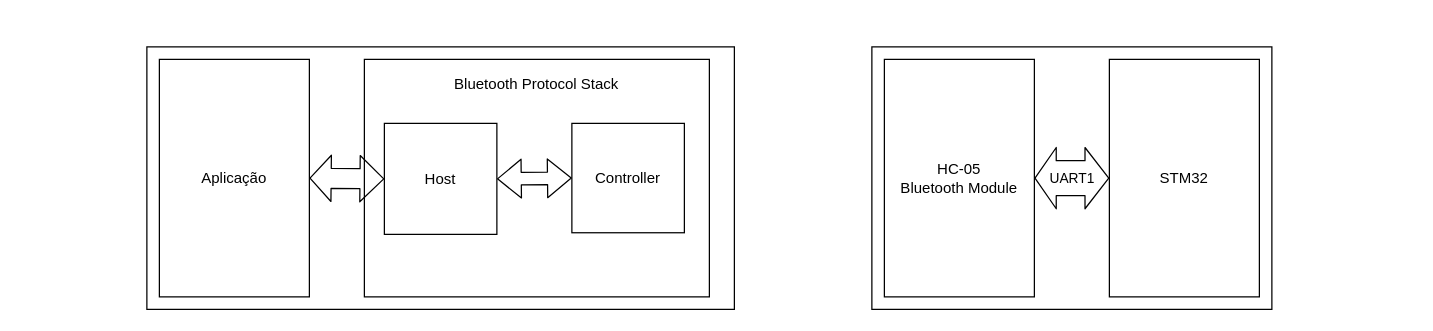
Earlier version of the draw.io diagram 03Flowcharts/Bluetooth.drawio (LPI-2020/DWR-19). Source tidied: cells renumbered, new cells numbered last; positions are measured from the earlier drawing's top-left corner, leaving out a move shared by most shapes. Both pictures are drawn from the tidied source at 125%, with x=0, y=0 at pixel (146, 46). Pictures stored in the file or linked from it are replaced by grey dashed boxes.
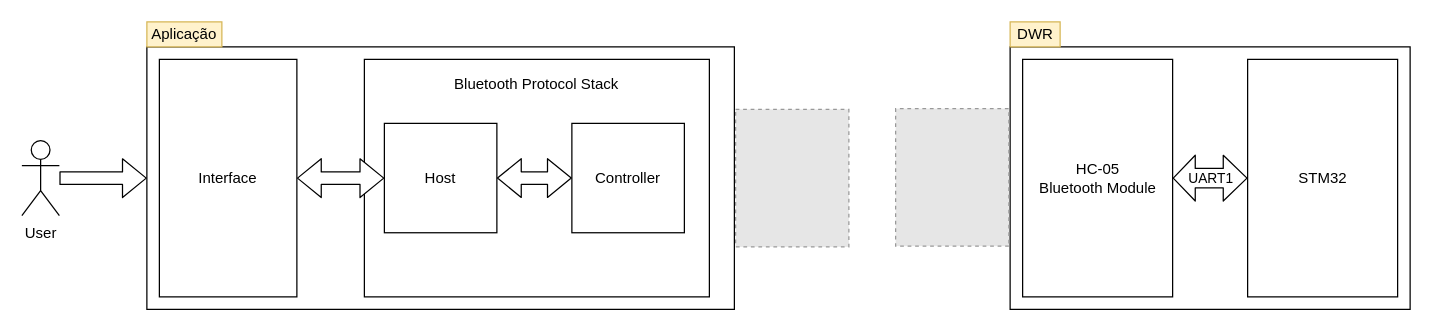
The same diagram, later.

Commit message (it also covers changes not shown here):
Bluetooth Diagram

Unchanged cells that the change refers to:
```xml
<mxCell id="2" style="rounded=0;whiteSpace=wrap;html=1;labelPosition=left;verticalLabelPosition=top;align=right;verticalAlign=bottom;spacingTop=0;spacingRight=0;spacingLeft=0;" parent="1" vertex="1">
  <mxGeometry width="470" height="210" as="geometry" />
</mxCell>
<mxCell id="10" value="Controller" style="rounded=0;whiteSpace=wrap;html=1;" parent="1" vertex="1">
  <mxGeometry x="340" y="61.2" width="90" height="87.5" as="geometry" />
</mxCell>
```

What changed in the source:
```diff
@@
-    <mxCell id="3" value="Aplicação" style="rounded=0;whiteSpace=wrap;html=1;" parent="1" vertex="1">
-      <mxGeometry x="10" y="10" width="120" height="190" as="geometry" />
+    <mxCell id="3" value="Interface" style="rounded=0;whiteSpace=wrap;html=1;" parent="1" vertex="1">
+      <mxGeometry x="10" y="10" width="110" height="190" as="geometry" />
     </mxCell>
     <mxCell id="4" style="rounded=0;whiteSpace=wrap;html=1;" parent="1" vertex="1">
-      <mxGeometry x="580" width="320" height="210" as="geometry" />
+      <mxGeometry x="690.6" width="320" height="210" as="geometry" />
     </mxCell>
     <mxCell id="5" value="HC-05&lt;br&gt;Bluetooth Module" style="rounded=0;whiteSpace=wrap;html=1;" parent="1" vertex="1">
-      <mxGeometry x="590" y="10" width="120" height="190" as="geometry" />
+      <mxGeometry x="700.6" y="10" width="120" height="190" as="geometry" />
     </mxCell>
     <mxCell id="6" value="STM32" style="rounded=0;whiteSpace=wrap;html=1;" parent="1" vertex="1">
-      <mxGeometry x="770" y="10" width="120" height="190" as="geometry" />
+      <mxGeometry x="880.6" y="10" width="120" height="190" as="geometry" />
     </mxCell>
@@
     <mxCell id="9" value="Host" style="rounded=0;whiteSpace=wrap;html=1;" parent="1" vertex="1">
-      <mxGeometry x="190" y="61.2" width="90" height="88.8" as="geometry" />
+      <mxGeometry x="190" y="61.2" width="90" height="87.5" as="geometry" />
     </mxCell>
@@
-    <mxCell id="11" value="UART1" style="shape=flexArrow;endArrow=classic;startArrow=classic;html=1;exitX=1;exitY=0.5;exitDx=0;exitDy=0;entryX=0;entryY=0.5;entryDx=0;entryDy=0;width=28;startSize=5.33;" parent="1" edge="1" source="5" target="6">
+    <mxCell id="11" value="UART1" style="shape=flexArrow;endArrow=classic;startArrow=classic;html=1;exitX=1;exitY=0.5;exitDx=0;exitDy=0;entryX=0;entryY=0.5;entryDx=0;entryDy=0;width=15.6;startSize=5.532;" parent="1" edge="1" source="5" target="6">
       <mxGeometry relative="1" as="geometry" />
     </mxCell>
-    <mxCell id="12" style="shape=flexArrow;endArrow=classic;startArrow=classic;html=1;entryX=0;entryY=0.5;entryDx=0;entryDy=0;exitX=1;exitY=0.5;exitDx=0;exitDy=0;width=16;startSize=5.31;" parent="1" edge="1" source="3" target="9">
-      <mxGeometry relative="1" as="geometry" />
-    </mxCell>
+    <mxCell id="14" style="fillColor=#E6E6E6;strokeColor=#999999;dashed=1;verticalLabelPosition=bottom;labelBackgroundColor=#ffffff;verticalAlign=top;" parent="1" vertex="1">
+      <mxGeometry x="471" y="50" width="90.6" height="110" as="geometry" />
+    </mxCell>
+    <mxCell id="15" style="fillColor=#E6E6E6;strokeColor=#999999;dashed=1;verticalLabelPosition=bottom;labelBackgroundColor=#ffffff;verticalAlign=top;rotation=-180;" parent="1" vertex="1">
+      <mxGeometry x="599" y="49.4" width="90.6" height="110" as="geometry" />
+    </mxCell>
-    <mxCell id="13" style="shape=flexArrow;endArrow=classic;startArrow=classic;html=1;exitX=1;exitY=0.5;exitDx=0;exitDy=0;entryX=0;entryY=0.5;entryDx=0;entryDy=0;" parent="1" edge="1" source="9" target="10">
+    <mxCell id="13" style="shape=flexArrow;endArrow=classic;startArrow=classic;html=1;entryX=0;entryY=0.5;entryDx=0;entryDy=0;exitX=1;exitY=0.5;exitDx=0;exitDy=0;" parent="1" edge="1" source="9" target="10">
       <mxGeometry relative="1" as="geometry" />
     </mxCell>
+    <mxCell id="16" style="shape=flexArrow;endArrow=classic;startArrow=classic;html=1;fillColor=#FFFFFF;" parent="1" edge="1" source="3">
+      <mxGeometry relative="1" as="geometry">
+        <mxPoint x="190" y="105" as="targetPoint" />
+      </mxGeometry>
+    </mxCell>
+    <mxCell id="17" value="User" style="shape=umlActor;verticalLabelPosition=bottom;verticalAlign=top;html=1;" parent="1" vertex="1">
+      <mxGeometry x="-100" y="75" width="30" height="60" as="geometry" />
+    </mxCell>
+    <mxCell id="18" style="shape=flexArrow;endArrow=classic;html=1;fillColor=#FFFFFF;entryX=0;entryY=0.5;entryDx=0;entryDy=0;" parent="1" edge="1" source="17" target="2">
+      <mxGeometry relative="1" as="geometry" />
+    </mxCell>
+    <mxCell id="19" value="Aplicação" style="text;html=1;strokeColor=#d6b656;fillColor=#fff2cc;align=center;verticalAlign=middle;whiteSpace=wrap;rounded=0;" parent="1" vertex="1">
+      <mxGeometry y="-20" width="60" height="20" as="geometry" />
+    </mxCell>
+    <mxCell id="20" value="DWR" style="text;html=1;strokeColor=#d6b656;fillColor=#fff2cc;align=center;verticalAlign=middle;whiteSpace=wrap;rounded=0;" parent="1" vertex="1">
+      <mxGeometry x="690.6" y="-20" width="40" height="20" as="geometry" />
+    </mxCell>
```
